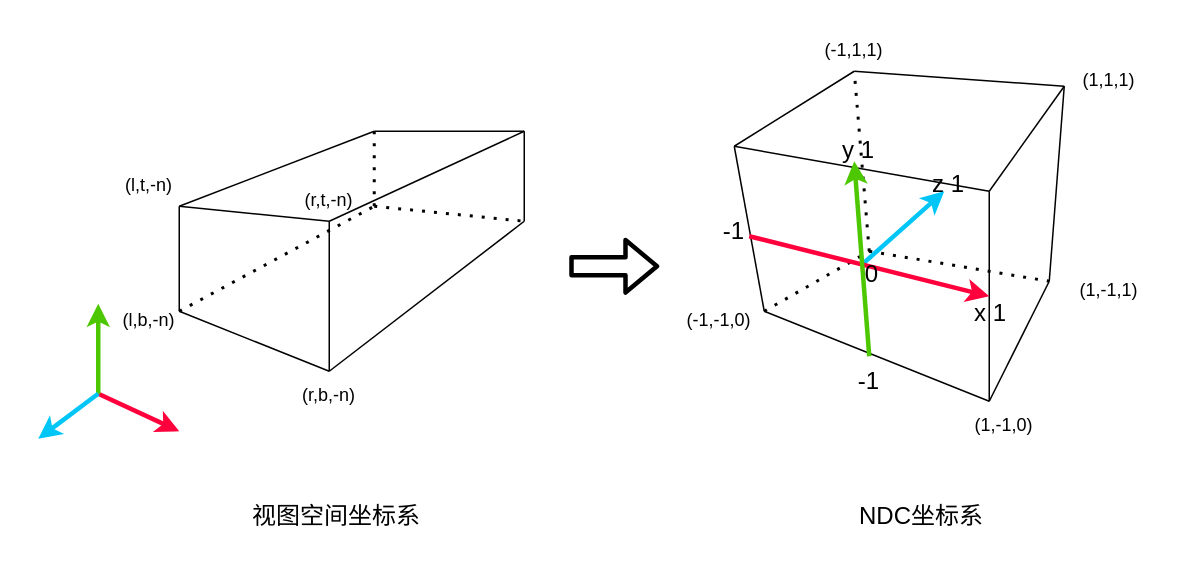
This is drawio/ortho.drawio from lyirs/webgpu_study, a draw.io file, before an edit. Source tidied: cells renumbered, new cells numbered last; positions are measured from the earlier drawing's top-left corner, leaving out a move shared by most shapes. Both pictures are drawn from the tidied source at 150%, with x=0, y=0 at pixel (38, 26).
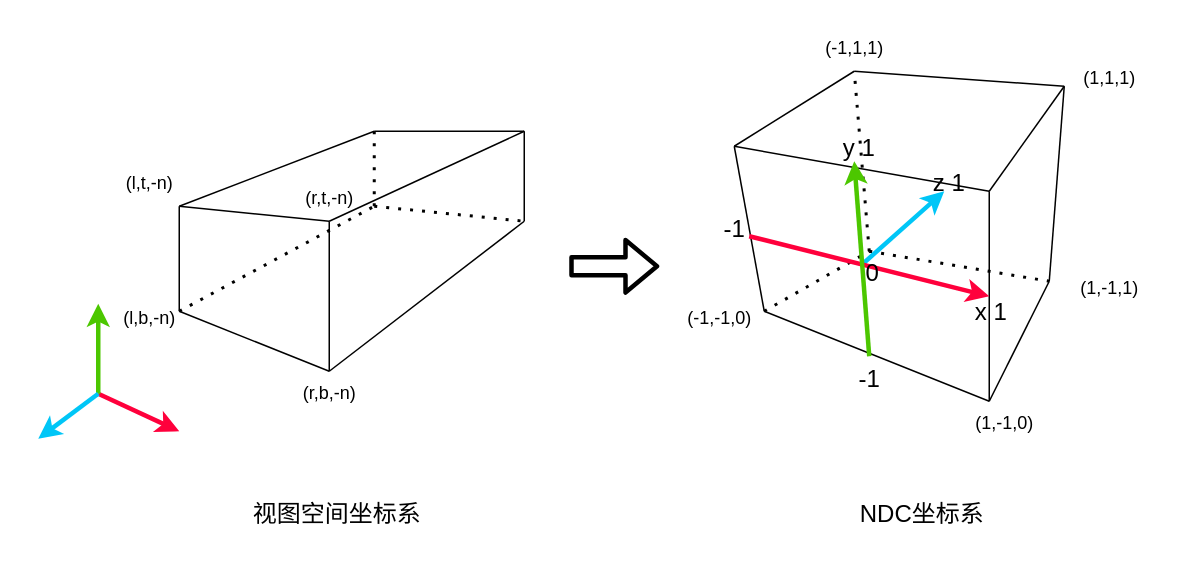
After the change.

Diff of the diagram source:
```diff
@@
-    <mxCell id="2" style="endArrow=none;" parent="1" edge="1">
+    <mxCell id="2" style="endArrow=none;html=1;" parent="1" edge="1">
       <mxGeometry relative="1" as="geometry">
         <mxPoint x="94" y="120" as="sourcePoint" />
         <mxPoint x="194" y="130" as="targetPoint" />
       </mxGeometry>
     </mxCell>
-    <mxCell id="3" style="endArrow=none;" parent="1" edge="1">
+    <mxCell id="3" style="endArrow=none;html=1;" parent="1" edge="1">
       <mxGeometry relative="1" as="geometry">
         <mxPoint x="94" y="190" as="sourcePoint" />
         <mxPoint x="94" y="120" as="targetPoint" />
       </mxGeometry>
     </mxCell>
-    <mxCell id="4" style="endArrow=none;" parent="1" edge="1">
+    <mxCell id="4" style="endArrow=none;html=1;" parent="1" edge="1">
       <mxGeometry relative="1" as="geometry">
         <mxPoint x="94" y="190" as="sourcePoint" />
         <mxPoint x="194" y="230" as="targetPoint" />
       </mxGeometry>
     </mxCell>
-    <mxCell id="5" style="endArrow=none;" parent="1" edge="1">
+    <mxCell id="5" style="endArrow=none;html=1;" parent="1" edge="1">
       <mxGeometry relative="1" as="geometry">
         <mxPoint x="194" y="230" as="sourcePoint" />
         <mxPoint x="194" y="130" as="targetPoint" />
       </mxGeometry>
     </mxCell>
-    <mxCell id="6" style="endArrow=none;" parent="1" edge="1">
+    <mxCell id="6" style="endArrow=none;html=1;" parent="1" edge="1">
       <mxGeometry relative="1" as="geometry">
         <mxPoint x="194" y="130" as="sourcePoint" />
         <mxPoint x="324" y="70" as="targetPoint" />
       </mxGeometry>
     </mxCell>
-    <mxCell id="7" style="endArrow=none;" parent="1" edge="1">
+    <mxCell id="7" style="endArrow=none;html=1;" parent="1" edge="1">
       <mxGeometry relative="1" as="geometry">
         <mxPoint x="194" y="230" as="sourcePoint" />
         <mxPoint x="324" y="130" as="targetPoint" />
       </mxGeometry>
     </mxCell>
-    <mxCell id="8" style="endArrow=none;" parent="1" edge="1">
+    <mxCell id="8" style="endArrow=none;html=1;" parent="1" edge="1">
       <mxGeometry relative="1" as="geometry">
         <mxPoint x="324" y="130" as="sourcePoint" />
         <mxPoint x="324" y="70" as="targetPoint" />
       </mxGeometry>
     </mxCell>
-    <mxCell id="9" style="endArrow=none;" parent="1" edge="1">
+    <mxCell id="9" style="endArrow=none;html=1;" parent="1" edge="1">
       <mxGeometry relative="1" as="geometry">
         <mxPoint x="94" y="120" as="sourcePoint" />
         <mxPoint x="224" y="70" as="targetPoint" />
       </mxGeometry>
     </mxCell>
-    <mxCell id="10" style="endArrow=none;" parent="1" edge="1">
+    <mxCell id="10" style="endArrow=none;html=1;" parent="1" edge="1">
       <mxGeometry relative="1" as="geometry">
         <mxPoint x="224" y="70" as="sourcePoint" />
         <mxPoint x="324" y="70" as="targetPoint" />
       </mxGeometry>
     </mxCell>
-    <mxCell id="11" style="endArrow=none;dashed=1;dashPattern=1 3;strokeWidth=2;" parent="1" edge="1">
+    <mxCell id="11" style="endArrow=none;dashed=1;dashPattern=1 3;strokeWidth=2;html=1;" parent="1" edge="1">
       <mxGeometry relative="1" as="geometry">
         <mxPoint x="94" y="190" as="sourcePoint" />
         <mxPoint x="224" y="120" as="targetPoint" />
       </mxGeometry>
     </mxCell>
-    <mxCell id="12" style="endArrow=none;dashed=1;dashPattern=1 3;strokeWidth=2;" parent="1" edge="1">
+    <mxCell id="12" style="endArrow=none;dashed=1;dashPattern=1 3;strokeWidth=2;html=1;" parent="1" edge="1">
       <mxGeometry relative="1" as="geometry">
         <mxPoint x="224" y="120" as="sourcePoint" />
         <mxPoint x="224" y="70" as="targetPoint" />
       </mxGeometry>
     </mxCell>
-    <mxCell id="13" style="endArrow=none;dashed=1;dashPattern=1 3;strokeWidth=2;" parent="1" edge="1">
+    <mxCell id="13" style="endArrow=none;dashed=1;dashPattern=1 3;strokeWidth=2;html=1;" parent="1" edge="1">
       <mxGeometry relative="1" as="geometry">
         <mxPoint x="224" y="120" as="sourcePoint" />
         <mxPoint x="324" y="130" as="targetPoint" />
       </mxGeometry>
     </mxCell>
-    <mxCell id="14" style="endArrow=none;" parent="1" edge="1">
+    <mxCell id="14" style="endArrow=none;html=1;" parent="1" edge="1">
       <mxGeometry relative="1" as="geometry">
         <mxPoint x="464" y="80" as="sourcePoint" />
         <mxPoint x="544" y="30" as="targetPoint" />
       </mxGeometry>
     </mxCell>
-    <mxCell id="15" style="endArrow=none;" parent="1" edge="1">
+    <mxCell id="15" style="endArrow=none;html=1;" parent="1" edge="1">
       <mxGeometry relative="1" as="geometry">
         <mxPoint x="544" y="30" as="sourcePoint" />
         <mxPoint x="684" y="40" as="targetPoint" />
       </mxGeometry>
     </mxCell>
-    <mxCell id="16" style="endArrow=none;" parent="1" edge="1">
+    <mxCell id="16" style="endArrow=none;html=1;" parent="1" edge="1">
       <mxGeometry relative="1" as="geometry">
         <mxPoint x="464" y="80" as="sourcePoint" />
         <mxPoint x="634" y="110" as="targetPoint" />
       </mxGeometry>
     </mxCell>
-    <mxCell id="17" style="endArrow=none;" parent="1" edge="1">
+    <mxCell id="17" style="endArrow=none;html=1;" parent="1" edge="1">
       <mxGeometry relative="1" as="geometry">
         <mxPoint x="634" y="110" as="sourcePoint" />
         <mxPoint x="684" y="40" as="targetPoint" />
       </mxGeometry>
     </mxCell>
-    <mxCell id="18" style="endArrow=none;" parent="1" edge="1">
+    <mxCell id="18" style="endArrow=none;html=1;" parent="1" edge="1">
       <mxGeometry relative="1" as="geometry">
         <mxPoint x="484" y="190" as="sourcePoint" />
         <mxPoint x="464" y="80" as="targetPoint" />
       </mxGeometry>
     </mxCell>
-    <mxCell id="19" style="endArrow=none;" parent="1" edge="1">
+    <mxCell id="19" style="endArrow=none;html=1;" parent="1" edge="1">
       <mxGeometry relative="1" as="geometry">
         <mxPoint x="484" y="190" as="sourcePoint" />
         <mxPoint x="634" y="250" as="targetPoint" />
       </mxGeometry>
     </mxCell>
-    <mxCell id="20" style="endArrow=none;" parent="1" edge="1">
+    <mxCell id="20" style="endArrow=none;html=1;" parent="1" edge="1">
       <mxGeometry relative="1" as="geometry">
         <mxPoint x="634" y="250" as="sourcePoint" />
         <mxPoint x="634" y="110" as="targetPoint" />
       </mxGeometry>
     </mxCell>
-    <mxCell id="21" style="endArrow=none;" parent="1" edge="1">
+    <mxCell id="21" style="endArrow=none;html=1;" parent="1" edge="1">
       <mxGeometry relative="1" as="geometry">
         <mxPoint x="674" y="170" as="sourcePoint" />
         <mxPoint x="684" y="40" as="targetPoint" />
       </mxGeometry>
     </mxCell>
-    <mxCell id="22" style="endArrow=none;" parent="1" edge="1">
+    <mxCell id="22" style="endArrow=none;html=1;" parent="1" edge="1">
       <mxGeometry relative="1" as="geometry">
         <mxPoint x="634" y="250" as="sourcePoint" />
         <mxPoint x="674" y="170" as="targetPoint" />
       </mxGeometry>
     </mxCell>
-    <mxCell id="23" style="endArrow=none;dashed=1;dashPattern=1 3;strokeWidth=2;" parent="1" edge="1">
+    <mxCell id="23" style="endArrow=none;dashed=1;dashPattern=1 3;strokeWidth=2;html=1;" parent="1" edge="1">
       <mxGeometry relative="1" as="geometry">
         <mxPoint x="554" y="150" as="sourcePoint" />
         <mxPoint x="544" y="30" as="targetPoint" />
       </mxGeometry>
     </mxCell>
-    <mxCell id="24" style="endArrow=none;dashed=1;dashPattern=1 3;strokeWidth=2;" parent="1" edge="1">
+    <mxCell id="24" style="endArrow=none;dashed=1;dashPattern=1 3;strokeWidth=2;html=1;" parent="1" edge="1">
       <mxGeometry relative="1" as="geometry">
         <mxPoint x="554" y="150" as="sourcePoint" />
         <mxPoint x="674" y="170" as="targetPoint" />
       </mxGeometry>
     </mxCell>
-    <mxCell id="25" style="endArrow=none;dashed=1;dashPattern=1 3;strokeWidth=2;" parent="1" edge="1">
+    <mxCell id="25" style="endArrow=none;dashed=1;dashPattern=1 3;strokeWidth=2;html=1;" parent="1" edge="1">
       <mxGeometry relative="1" as="geometry">
         <mxPoint x="484" y="190" as="sourcePoint" />
         <mxPoint x="554" y="150" as="targetPoint" />
       </mxGeometry>
     </mxCell>
-    <mxCell id="26" value="(r,t,-n)" style="text;strokeColor=none;fillColor=none;align=center;verticalAlign=middle;rounded=0;" parent="1" vertex="1">
+    <mxCell id="26" value="(r,t,-n)" style="text;strokeColor=none;fillColor=none;align=center;verticalAlign=middle;rounded=0;html=1;" parent="1" vertex="1">
       <mxGeometry x="164" y="100" width="60" height="30" as="geometry" />
     </mxCell>
-    <mxCell id="27" value="(r,b,-n)" style="text;strokeColor=none;fillColor=none;align=center;verticalAlign=middle;rounded=0;" parent="1" vertex="1">
+    <mxCell id="27" value="(r,b,-n)" style="text;strokeColor=none;fillColor=none;align=center;verticalAlign=middle;rounded=0;html=1;" parent="1" vertex="1">
       <mxGeometry x="164" y="230" width="60" height="30" as="geometry" />
     </mxCell>
-    <mxCell id="28" value="(l,t,-n)" style="text;strokeColor=none;fillColor=none;align=center;verticalAlign=middle;rounded=0;" parent="1" vertex="1">
+    <mxCell id="28" value="(l,t,-n)" style="text;strokeColor=none;fillColor=none;align=center;verticalAlign=middle;rounded=0;html=1;" parent="1" vertex="1">
       <mxGeometry x="44" y="90" width="60" height="30" as="geometry" />
     </mxCell>
-    <mxCell id="29" value="(l,b,-n)" style="text;strokeColor=none;fillColor=none;align=center;verticalAlign=middle;rounded=0;" parent="1" vertex="1">
+    <mxCell id="29" value="(l,b,-n)" style="text;strokeColor=none;fillColor=none;align=center;verticalAlign=middle;rounded=0;html=1;" parent="1" vertex="1">
       <mxGeometry x="44" y="180" width="60" height="30" as="geometry" />
     </mxCell>
-    <mxCell id="30" value="(-1,-1,0)" style="text;strokeColor=none;fillColor=none;align=center;verticalAlign=middle;rounded=0;" parent="1" vertex="1">
+    <mxCell id="30" value="(-1,-1,0)" style="text;strokeColor=none;fillColor=none;align=center;verticalAlign=middle;rounded=0;html=1;" parent="1" vertex="1">
       <mxGeometry x="424" y="180" width="60" height="30" as="geometry" />
     </mxCell>
-    <mxCell id="31" value="(1,-1,0)" style="text;strokeColor=none;fillColor=none;align=center;verticalAlign=middle;rounded=0;" parent="1" vertex="1">
+    <mxCell id="31" value="(1,-1,0)" style="text;strokeColor=none;fillColor=none;align=center;verticalAlign=middle;rounded=0;html=1;" parent="1" vertex="1">
       <mxGeometry x="614" y="250" width="60" height="30" as="geometry" />
     </mxCell>
-    <mxCell id="32" value="(1,-1,1)" style="text;strokeColor=none;fillColor=none;align=center;verticalAlign=middle;rounded=0;" parent="1" vertex="1">
+    <mxCell id="32" value="(1,-1,1)" style="text;strokeColor=none;fillColor=none;align=center;verticalAlign=middle;rounded=0;html=1;" parent="1" vertex="1">
       <mxGeometry x="684" y="160" width="60" height="30" as="geometry" />
     </mxCell>
-    <mxCell id="33" value="(1,1,1)" style="text;strokeColor=none;fillColor=none;align=center;verticalAlign=middle;rounded=0;" parent="1" vertex="1">
+    <mxCell id="33" value="(1,1,1)" style="text;strokeColor=none;fillColor=none;align=center;verticalAlign=middle;rounded=0;html=1;" parent="1" vertex="1">
       <mxGeometry x="684" y="20" width="60" height="30" as="geometry" />
     </mxCell>
-    <mxCell id="34" value="(-1,1,1)" style="text;strokeColor=none;fillColor=none;align=center;verticalAlign=middle;rounded=0;" parent="1" vertex="1">
+    <mxCell id="34" value="(-1,1,1)" style="text;strokeColor=none;fillColor=none;align=center;verticalAlign=middle;rounded=0;html=1;" parent="1" vertex="1">
       <mxGeometry x="514" width="60" height="30" as="geometry" />
     </mxCell>
-    <mxCell id="35" style="endArrow=classic;fontSize=16;fillColor=#1ba1e2;strokeColor=#00C6F7;strokeWidth=3;" parent="1" edge="1">
+    <mxCell id="35" style="endArrow=classic;fontSize=16;fillColor=#1ba1e2;strokeColor=#00C6F7;strokeWidth=3;html=1;" parent="1" edge="1">
       <mxGeometry relative="1" as="geometry">
         <mxPoint x="549" y="159" as="sourcePoint" />
         <mxPoint x="604" y="110" as="targetPoint" />
       </mxGeometry>
     </mxCell>
-    <mxCell id="36" style="endArrow=classic;fontSize=16;fillColor=#d80073;strokeColor=#FF003C;strokeWidth=3;" parent="1" edge="1">
+    <mxCell id="36" style="endArrow=classic;fontSize=16;fillColor=#d80073;strokeColor=#FF003C;strokeWidth=3;html=1;" parent="1" edge="1">
       <mxGeometry relative="1" as="geometry">
         <mxPoint x="474" y="140" as="sourcePoint" />
         <mxPoint x="634" y="180" as="targetPoint" />
       </mxGeometry>
     </mxCell>
-    <mxCell id="37" style="endArrow=classic;fontSize=16;fillColor=#60a917;strokeColor=#4CC700;strokeWidth=3;" parent="1" edge="1">
+    <mxCell id="37" style="endArrow=classic;fontSize=16;fillColor=#60a917;strokeColor=#4CC700;strokeWidth=3;html=1;" parent="1" edge="1">
       <mxGeometry relative="1" as="geometry">
         <mxPoint x="554" y="220" as="sourcePoint" />
         <mxPoint x="544" y="90" as="targetPoint" />
       </mxGeometry>
     </mxCell>
-    <mxCell id="38" value="-1" style="text;strokeColor=none;fillColor=none;align=center;verticalAlign=middle;rounded=0;fontSize=16;" parent="1" vertex="1">
+    <mxCell id="38" value="-1" style="text;strokeColor=none;fillColor=none;align=center;verticalAlign=middle;rounded=0;fontSize=16;html=1;" parent="1" vertex="1">
       <mxGeometry x="524" y="220" width="60" height="30" as="geometry" />
     </mxCell>
-    <mxCell id="39" value="y 1" style="text;strokeColor=none;fillColor=none;align=center;verticalAlign=middle;rounded=0;fontSize=16;" parent="1" vertex="1">
+    <mxCell id="39" value="y 1" style="text;strokeColor=none;fillColor=none;align=center;verticalAlign=middle;rounded=0;fontSize=16;html=1;" parent="1" vertex="1">
       <mxGeometry x="517" y="66" width="60" height="30" as="geometry" />
     </mxCell>
-    <mxCell id="40" value="-1" style="text;strokeColor=none;fillColor=none;align=center;verticalAlign=middle;rounded=0;fontSize=16;" parent="1" vertex="1">
+    <mxCell id="40" value="-1" style="text;strokeColor=none;fillColor=none;align=center;verticalAlign=middle;rounded=0;fontSize=16;html=1;" parent="1" vertex="1">
       <mxGeometry x="434" y="120" width="60" height="30" as="geometry" />
     </mxCell>
-    <mxCell id="41" value="x 1" style="text;strokeColor=none;fillColor=none;align=center;verticalAlign=middle;rounded=0;fontSize=16;" parent="1" vertex="1">
+    <mxCell id="41" value="x 1" style="text;strokeColor=none;fillColor=none;align=center;verticalAlign=middle;rounded=0;fontSize=16;html=1;" parent="1" vertex="1">
       <mxGeometry x="605" y="175" width="60" height="30" as="geometry" />
     </mxCell>
-    <mxCell id="42" value="0" style="text;strokeColor=none;fillColor=none;align=center;verticalAlign=middle;rounded=0;fontSize=16;" parent="1" vertex="1">
+    <mxCell id="42" value="0" style="text;strokeColor=none;fillColor=none;align=center;verticalAlign=middle;rounded=0;fontSize=16;html=1;" parent="1" vertex="1">
       <mxGeometry x="526" y="149" width="60" height="30" as="geometry" />
     </mxCell>
-    <mxCell id="43" value="z 1" style="text;strokeColor=none;fillColor=none;align=center;verticalAlign=middle;rounded=0;fontSize=16;" parent="1" vertex="1">
+    <mxCell id="43" value="z 1" style="text;strokeColor=none;fillColor=none;align=center;verticalAlign=middle;rounded=0;fontSize=16;html=1;" parent="1" vertex="1">
       <mxGeometry x="577" y="89" width="60" height="30" as="geometry" />
     </mxCell>
-    <mxCell id="44" style="shape=flexArrow;endArrow=classic;strokeWidth=3;fontSize=16;" parent="1" edge="1">
+    <mxCell id="44" style="shape=flexArrow;endArrow=classic;strokeWidth=3;fontSize=16;html=1;" parent="1" edge="1">
       <mxGeometry relative="1" as="geometry">
         <mxPoint x="354" y="160" as="sourcePoint" />
         <mxPoint x="414" y="160" as="targetPoint" />
       </mxGeometry>
     </mxCell>
-    <mxCell id="45" value="视图空间坐标系" style="text;strokeColor=none;fillColor=none;align=center;verticalAlign=middle;rounded=0;fontSize=16;" parent="1" vertex="1">
+    <mxCell id="45" value="视图空间坐标系" style="text;strokeColor=none;fillColor=none;align=center;verticalAlign=middle;rounded=0;fontSize=16;html=1;" parent="1" vertex="1">
       <mxGeometry x="104" y="310" width="190" height="30" as="geometry" />
     </mxCell>
-    <mxCell id="46" value="NDC坐标系" style="text;strokeColor=none;fillColor=none;align=center;verticalAlign=middle;rounded=0;fontSize=16;" parent="1" vertex="1">
+    <mxCell id="46" value="NDC坐标系" style="text;strokeColor=none;fillColor=none;align=center;verticalAlign=middle;rounded=0;fontSize=16;html=1;" parent="1" vertex="1">
       <mxGeometry x="494" y="310" width="190" height="30" as="geometry" />
     </mxCell>
-    <mxCell id="47" style="endArrow=classic;fontSize=16;fillColor=#d80073;strokeColor=#FF003C;strokeWidth=3;" parent="1" edge="1">
+    <mxCell id="47" style="endArrow=classic;fontSize=16;fillColor=#d80073;strokeColor=#FF003C;strokeWidth=3;html=1;" parent="1" edge="1">
       <mxGeometry relative="1" as="geometry">
         <mxPoint x="40" y="245" as="sourcePoint" />
         <mxPoint x="94" y="270" as="targetPoint" />
       </mxGeometry>
     </mxCell>
-    <mxCell id="48" style="endArrow=classic;fontSize=16;fillColor=#60a917;strokeColor=#4CC700;strokeWidth=3;" parent="1" edge="1">
+    <mxCell id="48" style="endArrow=classic;fontSize=16;fillColor=#60a917;strokeColor=#4CC700;strokeWidth=3;html=1;" parent="1" edge="1">
       <mxGeometry relative="1" as="geometry">
         <mxPoint x="40" y="245" as="sourcePoint" />
         <mxPoint x="40" y="185" as="targetPoint" />
       </mxGeometry>
     </mxCell>
-    <mxCell id="49" style="endArrow=classic;fontSize=16;fillColor=#1ba1e2;strokeColor=#00C6F7;strokeWidth=3;" parent="1" edge="1">
+    <mxCell id="49" style="endArrow=classic;fontSize=16;fillColor=#1ba1e2;strokeColor=#00C6F7;strokeWidth=3;html=1;" parent="1" edge="1">
       <mxGeometry relative="1" as="geometry">
         <mxPoint x="40" y="245" as="sourcePoint" />
         <mxPoint y="275" as="targetPoint" />
       </mxGeometry>
     </mxCell>
```
